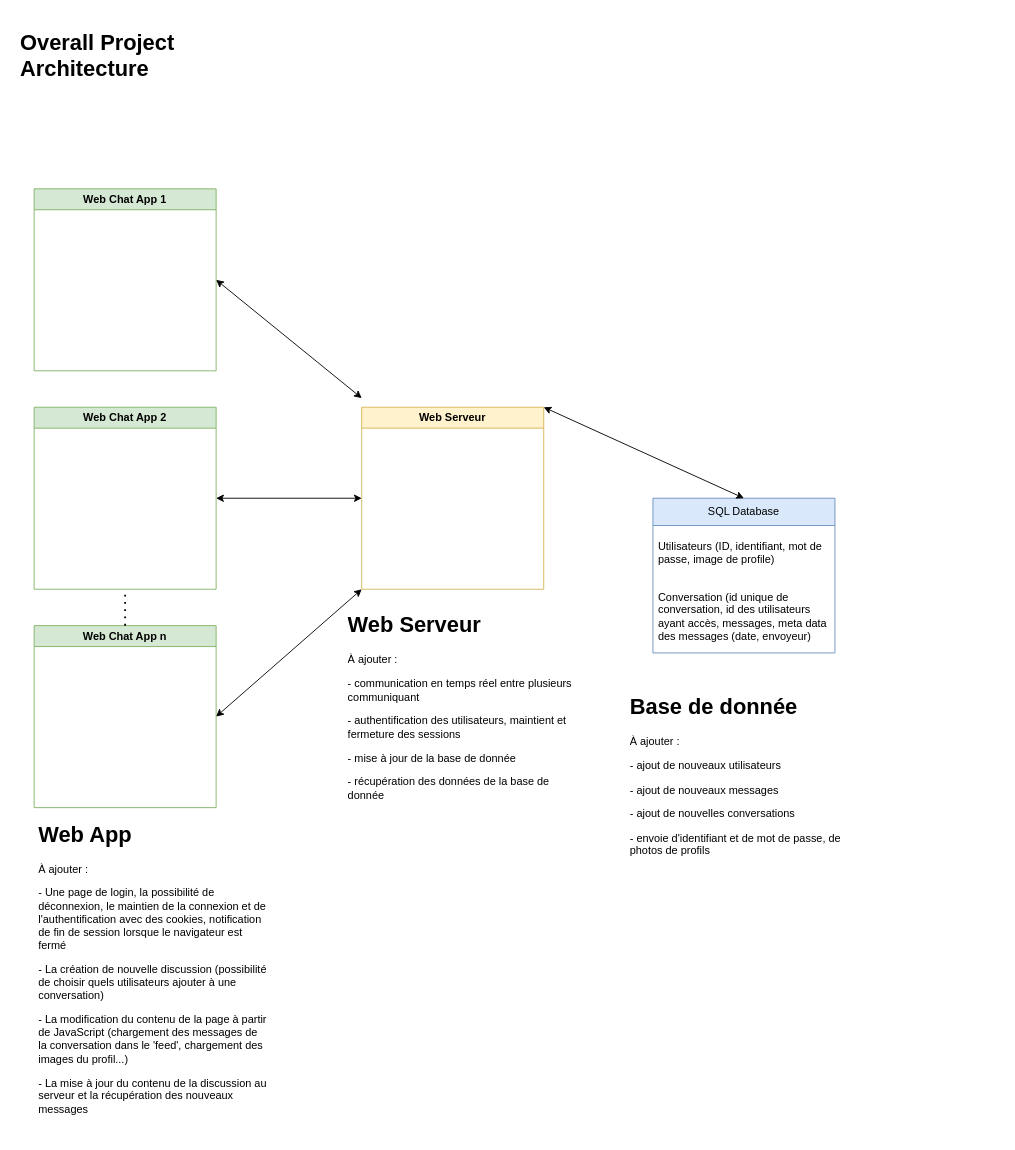
Above: MiniProjects/generalProjectArchitecture.drawio in Jibe7/2024-Chat-Application-Project (draw.io), before the change. Source tidied: cells renumbered, new cells numbered last; positions are measured from the earlier drawing's top-left corner, leaving out a move shared by most shapes. Both pictures are drawn from the tidied source at 91%, with x=0, y=0 at pixel (15, 25).
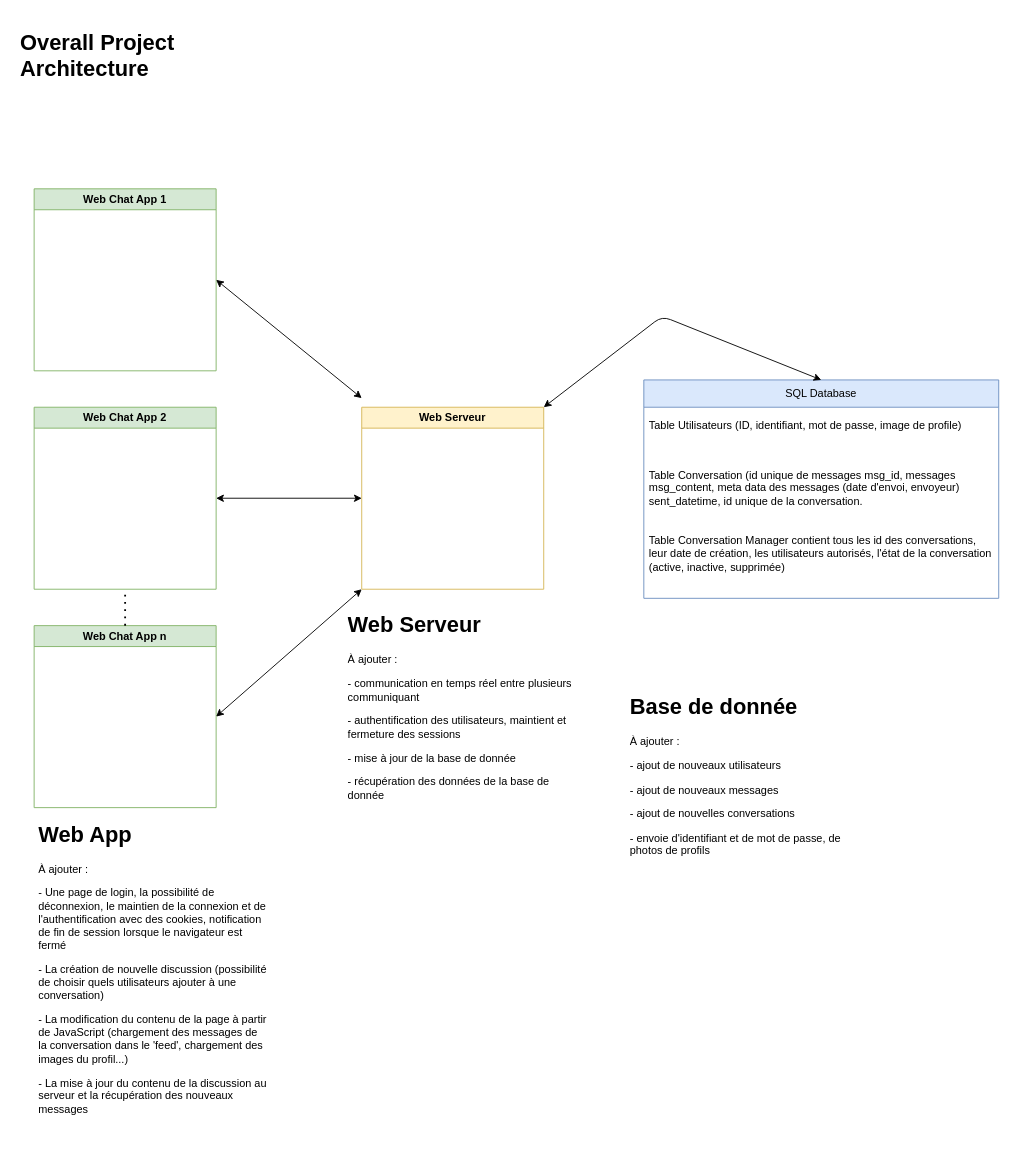
After the change.

What changed in the source:
```diff
@@
 <mxGraphModel>
   <root>
     <mxCell id="0" />
     <mxCell id="1" parent="0" />
     <mxCell id="2" value="&lt;h1&gt;Overall Project Architecture&lt;br&gt;&lt;/h1&gt;" style="text;html=1;strokeColor=none;fillColor=none;spacing=5;spacingTop=-20;whiteSpace=wrap;overflow=hidden;rounded=0;" parent="1" vertex="1">
       <mxGeometry width="190" height="80" as="geometry" />
     </mxCell>
     <mxCell id="3" value="Web Chat App 1" style="swimlane;whiteSpace=wrap;html=1;fillColor=#d5e8d4;strokeColor=#82b366;" parent="1" vertex="1">
       <mxGeometry x="20" y="180" width="200" height="200" as="geometry" />
     </mxCell>
     <mxCell id="4" value="Web Chat App 2" style="swimlane;whiteSpace=wrap;html=1;fillColor=#d5e8d4;strokeColor=#82b366;" parent="1" vertex="1">
       <mxGeometry x="20" y="420" width="200" height="200" as="geometry" />
     </mxCell>
     <mxCell id="5" value="Web Chat App n" style="swimlane;whiteSpace=wrap;html=1;fillColor=#d5e8d4;strokeColor=#82b366;" parent="1" vertex="1">
       <mxGeometry x="20" y="660" width="200" height="200" as="geometry" />
     </mxCell>
     <mxCell id="6" value="Web Serveur" style="swimlane;horizontal=0;whiteSpace=wrap;html=1;rotation=90;fillColor=#fff2cc;strokeColor=#d6b656;" parent="1" vertex="1">
       <mxGeometry x="380" y="420" width="200" height="200" as="geometry" />
     </mxCell>
     <mxCell id="7" value="SQL Database" style="swimlane;fontStyle=0;horizontal=1;startSize=30;whiteSpace=wrap;html=1;fillColor=#dae8fc;strokeColor=#6c8ebf;" parent="1" vertex="1">
-      <mxGeometry x="700" y="520" width="200" height="170" as="geometry" />
+      <mxGeometry x="690" y="390" width="390" height="240" as="geometry" />
     </mxCell>
-    <mxCell id="8" value="Utilisateurs (ID, identifiant, mot de passe, image de profile)" style="text;strokeColor=none;fillColor=none;align=left;verticalAlign=middle;spacingLeft=4;spacingRight=4;overflow=hidden;whiteSpace=wrap;html=1;" parent="7" vertex="1">
-      <mxGeometry y="30" width="200" height="60" as="geometry" />
+    <mxCell id="8" value="Table Utilisateurs (ID, identifiant, mot de passe, image de profile)" style="text;strokeColor=none;fillColor=none;align=left;verticalAlign=middle;spacingLeft=4;spacingRight=4;overflow=hidden;whiteSpace=wrap;html=1;" parent="7" vertex="1">
+      <mxGeometry y="30" width="390" height="40" as="geometry" />
     </mxCell>
-    <mxCell id="9" value="Conversation (id unique de conversation, id des utilisateurs ayant accès, messages, meta data des messages (date, envoyeur)" style="text;strokeColor=none;fillColor=none;align=left;verticalAlign=middle;spacingLeft=4;spacingRight=4;overflow=hidden;whiteSpace=wrap;html=1;" parent="7" vertex="1">
-      <mxGeometry y="90" width="200" height="80" as="geometry" />
+    <mxCell id="9" value="Table Conversation (id unique de messages msg_id, messages msg_content, meta data des messages (date d'envoi, envoyeur) sent_datetime, id unique de la conversation.&lt;br&gt;&lt;br&gt;&lt;br&gt;Table Conversation Manager contient tous les id des conversations, leur date de création, les utilisateurs autorisés, l'état de la conversation (active, inactive, supprimée)" style="text;strokeColor=none;fillColor=none;align=left;verticalAlign=middle;spacingLeft=4;spacingRight=4;overflow=hidden;whiteSpace=wrap;html=1;" parent="7" vertex="1">
+      <mxGeometry y="70" width="390" height="170" as="geometry" />
     </mxCell>
     <mxCell id="10" style="endArrow=classic;startArrow=classic;html=1;entryX=1;entryY=0.5;entryDx=0;entryDy=0;" parent="1" edge="1" target="3">
       <mxGeometry relative="1" as="geometry">
         <mxPoint x="380" y="410" as="sourcePoint" />
       </mxGeometry>
     </mxCell>
     <mxCell id="11" style="endArrow=classic;startArrow=classic;html=1;entryX=1;entryY=0.5;entryDx=0;entryDy=0;exitX=0.5;exitY=1;exitDx=0;exitDy=0;" parent="1" edge="1" source="6" target="4">
       <mxGeometry relative="1" as="geometry" />
     </mxCell>
     <mxCell id="12" style="endArrow=classic;startArrow=classic;html=1;entryX=1;entryY=0.5;entryDx=0;entryDy=0;exitX=1;exitY=1;exitDx=0;exitDy=0;" parent="1" edge="1" source="6" target="5">
       <mxGeometry relative="1" as="geometry" />
     </mxCell>
     <mxCell id="13" value="&lt;h1&gt;Web App&lt;/h1&gt;&lt;p&gt;À ajouter :&lt;/p&gt;&lt;p&gt;- Une page de login, la possibilité de déconnexion, le maintien de la connexion et de l'authentification avec des cookies, notification de fin de session lorsque le navigateur est fermé&lt;/p&gt;&lt;p&gt;- La création de nouvelle discussion (possibilité de choisir quels utilisateurs ajouter à une conversation)&lt;/p&gt;&lt;p&gt;- La modification du contenu de la page à partir de JavaScript (chargement des messages de la conversation dans le 'feed', chargement des images du profil...)&lt;/p&gt;&lt;p&gt;- La mise à jour du contenu de la discussion au serveur et la récupération des nouveaux messages&amp;nbsp;&lt;/p&gt;" style="text;html=1;strokeColor=none;fillColor=none;spacing=5;spacingTop=-20;whiteSpace=wrap;overflow=hidden;rounded=0;" parent="1" vertex="1">
       <mxGeometry x="20" y="870" width="260" height="350" as="geometry" />
     </mxCell>
     <mxCell id="14" style="endArrow=classic;startArrow=classic;html=1;exitX=0.5;exitY=0;exitDx=0;exitDy=0;entryX=0;entryY=0;entryDx=0;entryDy=0;" parent="1" edge="1" source="7" target="6">
-      <mxGeometry relative="1" as="geometry" />
+      <mxGeometry relative="1" as="geometry">
+        <Array as="points">
+          <mxPoint x="710" y="320" />
+        </Array>
+      </mxGeometry>
     </mxCell>
     <mxCell id="15" value="&lt;h1&gt;Web Serveur&lt;/h1&gt;&lt;p&gt;À ajouter :&lt;/p&gt;&lt;p&gt;- communication en temps réel entre plusieurs communiquant&lt;/p&gt;&lt;p&gt;- authentification des utilisateurs, maintient et fermeture des sessions&lt;/p&gt;&lt;p&gt;- mise à jour de la base de donnée&lt;/p&gt;&lt;p&gt;- récupération des données de la base de donnée&lt;/p&gt;" style="text;html=1;strokeColor=none;fillColor=none;spacing=5;spacingTop=-20;whiteSpace=wrap;overflow=hidden;rounded=0;" parent="1" vertex="1">
       <mxGeometry x="360" y="640" width="260" height="240" as="geometry" />
     </mxCell>
     <mxCell id="16" value="&lt;h1&gt;Base de donnée&lt;/h1&gt;&lt;p&gt;À ajouter :&lt;/p&gt;&lt;p&gt;- ajout de nouveaux utilisateurs&amp;nbsp;&lt;/p&gt;&lt;p&gt;- ajout de nouveaux messages&lt;/p&gt;&lt;p&gt;- ajout de nouvelles conversations&lt;/p&gt;&lt;p&gt;- envoie d'identifiant et de mot de passe, de photos de profils&lt;/p&gt;" style="text;html=1;strokeColor=none;fillColor=none;spacing=5;spacingTop=-20;whiteSpace=wrap;overflow=hidden;rounded=0;" parent="1" vertex="1">
       <mxGeometry x="670" y="730" width="260" height="240" as="geometry" />
     </mxCell>
     <mxCell id="17" style="endArrow=none;dashed=1;html=1;dashPattern=1 3;strokeWidth=2;entryX=0.5;entryY=1;entryDx=0;entryDy=0;exitX=0.5;exitY=0;exitDx=0;exitDy=0;" parent="1" edge="1" source="5" target="4">
       <mxGeometry relative="1" as="geometry" />
     </mxCell>
   </root>
 </mxGraphModel>
```
